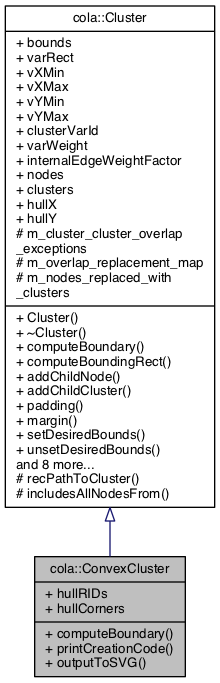
Above: documentation/classcola_1_1ConvexCluster__inherit__graph.png in mjwybrow/adaptagrams (Graphviz), before the change. Its source is kept beside it as documentation/classcola_1_1ConvexCluster__inherit__graph.dot.
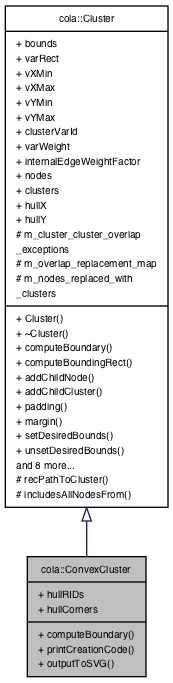
After the change.

Diff of the diagram source:
```diff
@@ -2,7 +2,7 @@
 {
   edge [fontname="Helvetica",fontsize="10",labelfontname="Helvetica",labelfontsize="10"];
   node [fontname="Helvetica",fontsize="10",shape=record];
-  Node1 [label="{cola::ConvexCluster\n|+ hullRIDs\l+ hullCorners\l|+ computeBoundary()\l+ printCreationCode()\l+ outputToSVG()\l}",height=0.2,width=0.4,color="black", fillcolor="grey75", style="filled", fontcolor="black"];
-  Node2 -> Node1 [dir="back",color="midnightblue",fontsize="10",style="solid",arrowtail="onormal",fontname="Helvetica"];
-  Node2 [label="{cola::Cluster\n|+ bounds\l+ varRect\l+ vXMin\l+ vXMax\l+ vYMin\l+ vYMax\l+ clusterVarId\l+ varWeight\l+ internalEdgeWeightFactor\l+ nodes\l+ clusters\l+ hullX\l+ hullY\l# m_cluster_cluster_overlap\l_exceptions\l# m_overlap_replacement_map\l# m_nodes_replaced_with\l_clusters\l|+ Cluster()\l+ ~Cluster()\l+ computeBoundary()\l+ computeBoundingRect()\l+ addChildNode()\l+ addChildCluster()\l+ padding()\l+ margin()\l+ setDesiredBounds()\l+ unsetDesiredBounds()\land 8 more...\l# recPathToCluster()\l# includesAllNodesFrom()\l}",height=0.2,width=0.4,color="black", fillcolor="white", style="filled",URL="$classcola_1_1Cluster.html",tooltip="A cluster defines a hierarchical partitioning over the nodes which should be kept disjoint by the lay..."];
+  Node0 [label="{cola::ConvexCluster\n|+ hullRIDs\l+ hullCorners\l|+ computeBoundary()\l+ printCreationCode()\l+ outputToSVG()\l}",height=0.2,width=0.4,color="black", fillcolor="grey75", style="filled", fontcolor="black"];
+  Node1 -> Node0 [dir="back",color="midnightblue",fontsize="10",style="solid",arrowtail="onormal",fontname="Helvetica"];
+  Node1 [label="{cola::Cluster\n|+ bounds\l+ varRect\l+ vXMin\l+ vXMax\l+ vYMin\l+ vYMax\l+ clusterVarId\l+ varWeight\l+ internalEdgeWeightFactor\l+ nodes\l+ clusters\l+ hullX\l+ hullY\l# m_cluster_cluster_overlap\l_exceptions\l# m_overlap_replacement_map\l# m_nodes_replaced_with\l_clusters\l|+ Cluster()\l+ ~Cluster()\l+ computeBoundary()\l+ computeBoundingRect()\l+ addChildNode()\l+ addChildCluster()\l+ padding()\l+ margin()\l+ setDesiredBounds()\l+ unsetDesiredBounds()\land 8 more...\l# recPathToCluster()\l# includesAllNodesFrom()\l}",height=0.2,width=0.4,color="black", fillcolor="white", style="filled",URL="$classcola_1_1Cluster.html",tooltip="A cluster defines a hierarchical partitioning over the nodes which should be kept disjoint by the lay..."];
 }
```
